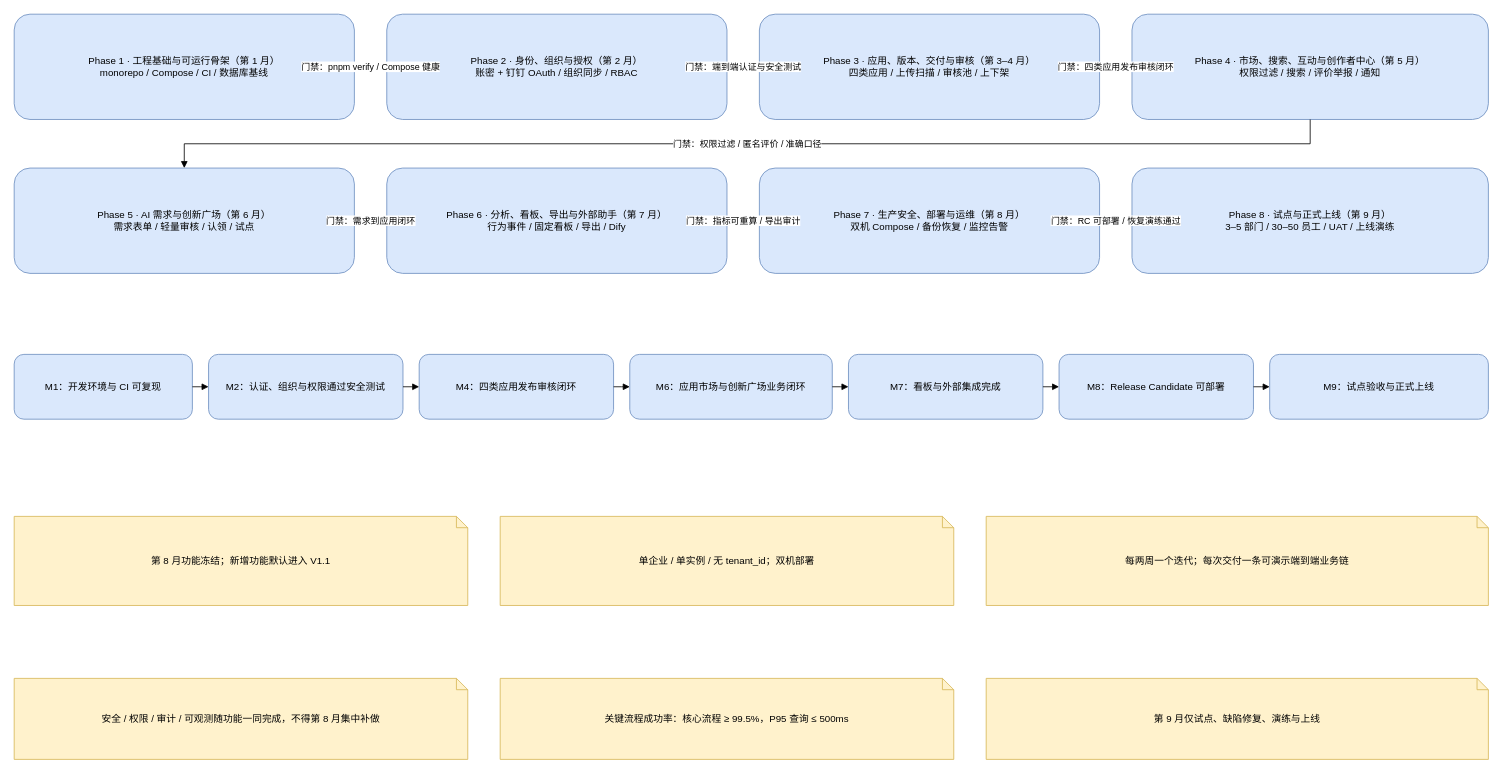
This is docs/flowchart/07-v1-roadmap.drawio from lzc452/AI-HUB-PLATFORM, a draw.io file, before an edit. Source tidied: cells renumbered, new cells numbered last; positions are measured from the earlier drawing's top-left corner, leaving out a move shared by most shapes. Both pictures are drawn from the tidied source at 81%, with x=0, y=0 at pixel (14, 14).
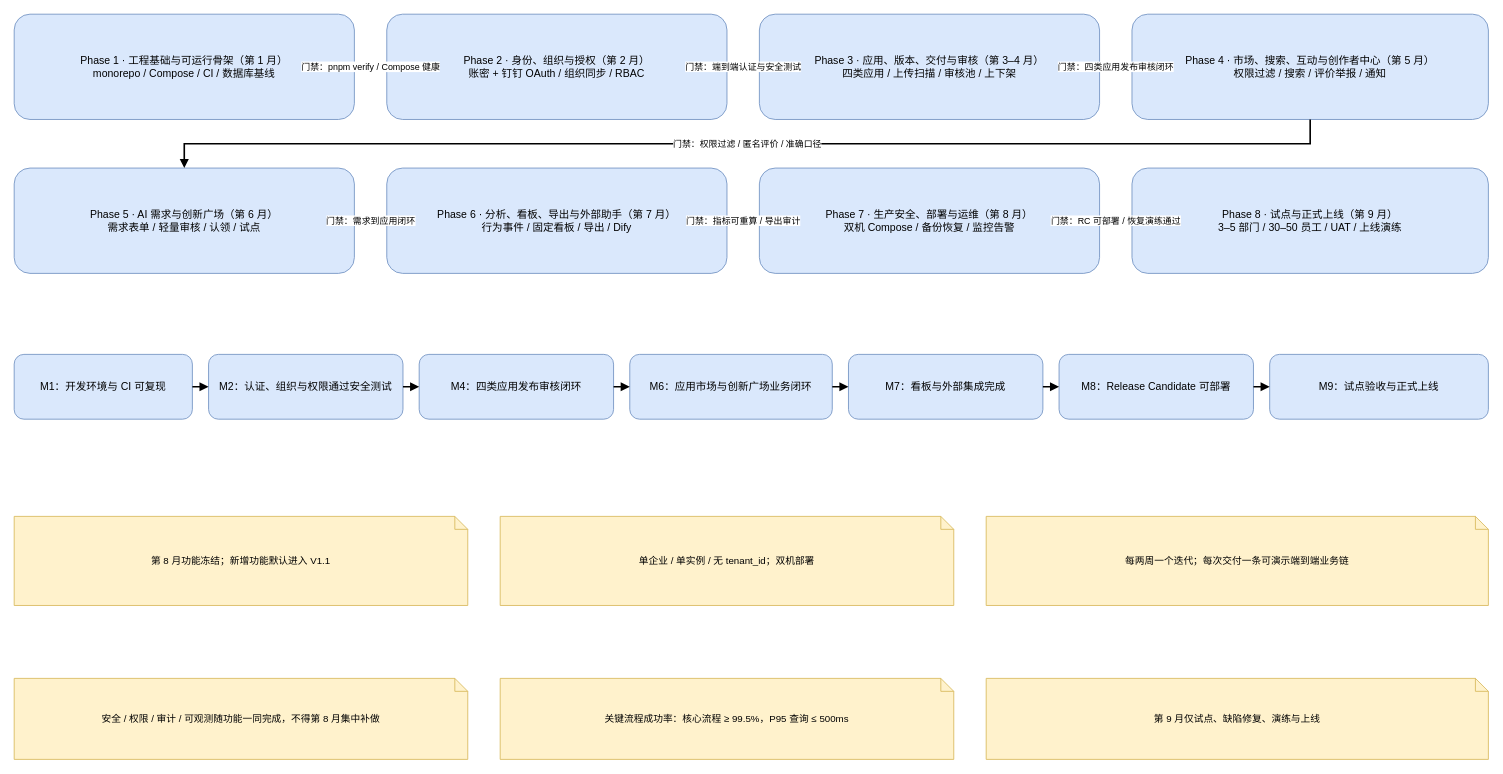
After the change.

Diff of the diagram source:
```diff
@@
-    <mxCell id="2" value="Phase 1 · 工程基础与可运行骨架（第 1 月）&#10;monorepo / Compose / CI / 数据库基线" style="rounded=1;whiteSpace=wrap;html=1;fillColor=#dae8fc;strokeColor=#6c8ebf;fontFamily=Microsoft YaHei;" parent="1" vertex="1">
+    <mxCell id="2" value="Phase 1 · 工程基础与可运行骨架（第 1 月）&#10;monorepo / Compose / CI / 数据库基线" style="rounded=1;whiteSpace=wrap;html=1;fillColor=#dae8fc;strokeColor=#6c8ebf;fontFamily=Microsoft YaHei;fontSize=13;verticalAlign=middle;" parent="1" vertex="1">
       <mxGeometry width="420" height="130" as="geometry" />
     </mxCell>
-    <mxCell id="3" value="Phase 2 · 身份、组织与授权（第 2 月）&#10;账密 + 钉钉 OAuth / 组织同步 / RBAC" style="rounded=1;whiteSpace=wrap;html=1;fillColor=#dae8fc;strokeColor=#6c8ebf;fontFamily=Microsoft YaHei;" parent="1" vertex="1">
+    <mxCell id="3" value="Phase 2 · 身份、组织与授权（第 2 月）&#10;账密 + 钉钉 OAuth / 组织同步 / RBAC" style="rounded=1;whiteSpace=wrap;html=1;fillColor=#dae8fc;strokeColor=#6c8ebf;fontFamily=Microsoft YaHei;fontSize=13;verticalAlign=middle;" parent="1" vertex="1">
       <mxGeometry x="460" width="420" height="130" as="geometry" />
     </mxCell>
-    <mxCell id="4" value="Phase 3 · 应用、版本、交付与审核（第 3–4 月）&#10;四类应用 / 上传扫描 / 审核池 / 上下架" style="rounded=1;whiteSpace=wrap;html=1;fillColor=#dae8fc;strokeColor=#6c8ebf;fontFamily=Microsoft YaHei;" parent="1" vertex="1">
+    <mxCell id="4" value="Phase 3 · 应用、版本、交付与审核（第 3–4 月）&#10;四类应用 / 上传扫描 / 审核池 / 上下架" style="rounded=1;whiteSpace=wrap;html=1;fillColor=#dae8fc;strokeColor=#6c8ebf;fontFamily=Microsoft YaHei;fontSize=13;verticalAlign=middle;" parent="1" vertex="1">
       <mxGeometry x="920" width="420" height="130" as="geometry" />
     </mxCell>
-    <mxCell id="5" value="Phase 4 · 市场、搜索、互动与创作者中心（第 5 月）&#10;权限过滤 / 搜索 / 评价举报 / 通知" style="rounded=1;whiteSpace=wrap;html=1;fillColor=#dae8fc;strokeColor=#6c8ebf;fontFamily=Microsoft YaHei;" parent="1" vertex="1">
+    <mxCell id="5" value="Phase 4 · 市场、搜索、互动与创作者中心（第 5 月）&#10;权限过滤 / 搜索 / 评价举报 / 通知" style="rounded=1;whiteSpace=wrap;html=1;fillColor=#dae8fc;strokeColor=#6c8ebf;fontFamily=Microsoft YaHei;fontSize=13;verticalAlign=middle;" parent="1" vertex="1">
       <mxGeometry x="1380" width="440" height="130" as="geometry" />
     </mxCell>
-    <mxCell id="6" value="Phase 5 · AI 需求与创新广场（第 6 月）&#10;需求表单 / 轻量审核 / 认领 / 试点" style="rounded=1;whiteSpace=wrap;html=1;fillColor=#dae8fc;strokeColor=#6c8ebf;fontFamily=Microsoft YaHei;" parent="1" vertex="1">
+    <mxCell id="6" value="Phase 5 · AI 需求与创新广场（第 6 月）&#10;需求表单 / 轻量审核 / 认领 / 试点" style="rounded=1;whiteSpace=wrap;html=1;fillColor=#dae8fc;strokeColor=#6c8ebf;fontFamily=Microsoft YaHei;fontSize=13;verticalAlign=middle;" parent="1" vertex="1">
       <mxGeometry y="190" width="420" height="130" as="geometry" />
     </mxCell>
-    <mxCell id="7" value="Phase 6 · 分析、看板、导出与外部助手（第 7 月）&#10;行为事件 / 固定看板 / 导出 / Dify" style="rounded=1;whiteSpace=wrap;html=1;fillColor=#dae8fc;strokeColor=#6c8ebf;fontFamily=Microsoft YaHei;" parent="1" vertex="1">
+    <mxCell id="7" value="Phase 6 · 分析、看板、导出与外部助手（第 7 月）&#10;行为事件 / 固定看板 / 导出 / Dify" style="rounded=1;whiteSpace=wrap;html=1;fillColor=#dae8fc;strokeColor=#6c8ebf;fontFamily=Microsoft YaHei;fontSize=13;verticalAlign=middle;" parent="1" vertex="1">
       <mxGeometry x="460" y="190" width="420" height="130" as="geometry" />
     </mxCell>
-    <mxCell id="8" value="Phase 7 · 生产安全、部署与运维（第 8 月）&#10;双机 Compose / 备份恢复 / 监控告警" style="rounded=1;whiteSpace=wrap;html=1;fillColor=#dae8fc;strokeColor=#6c8ebf;fontFamily=Microsoft YaHei;" parent="1" vertex="1">
+    <mxCell id="8" value="Phase 7 · 生产安全、部署与运维（第 8 月）&#10;双机 Compose / 备份恢复 / 监控告警" style="rounded=1;whiteSpace=wrap;html=1;fillColor=#dae8fc;strokeColor=#6c8ebf;fontFamily=Microsoft YaHei;fontSize=13;verticalAlign=middle;" parent="1" vertex="1">
       <mxGeometry x="920" y="190" width="420" height="130" as="geometry" />
     </mxCell>
-    <mxCell id="9" value="Phase 8 · 试点与正式上线（第 9 月）&#10;3–5 部门 / 30–50 员工 / UAT / 上线演练" style="rounded=1;whiteSpace=wrap;html=1;fillColor=#dae8fc;strokeColor=#6c8ebf;fontFamily=Microsoft YaHei;" parent="1" vertex="1">
+    <mxCell id="9" value="Phase 8 · 试点与正式上线（第 9 月）&#10;3–5 部门 / 30–50 员工 / UAT / 上线演练" style="rounded=1;whiteSpace=wrap;html=1;fillColor=#dae8fc;strokeColor=#6c8ebf;fontFamily=Microsoft YaHei;fontSize=13;verticalAlign=middle;" parent="1" vertex="1">
       <mxGeometry x="1380" y="190" width="440" height="130" as="geometry" />
     </mxCell>
-    <mxCell id="10" value="M1：开发环境与 CI 可复现" style="rounded=1;whiteSpace=wrap;html=1;fillColor=#dae8fc;strokeColor=#6c8ebf;fontFamily=Microsoft YaHei;" parent="1" vertex="1">
+    <mxCell id="10" value="M1：开发环境与 CI 可复现" style="rounded=1;whiteSpace=wrap;html=1;fillColor=#dae8fc;strokeColor=#6c8ebf;fontFamily=Microsoft YaHei;fontSize=13;verticalAlign=middle;" parent="1" vertex="1">
       <mxGeometry y="420" width="220" height="80" as="geometry" />
     </mxCell>
-    <mxCell id="11" value="M2：认证、组织与权限通过安全测试" style="rounded=1;whiteSpace=wrap;html=1;fillColor=#dae8fc;strokeColor=#6c8ebf;fontFamily=Microsoft YaHei;" parent="1" vertex="1">
+    <mxCell id="11" value="M2：认证、组织与权限通过安全测试" style="rounded=1;whiteSpace=wrap;html=1;fillColor=#dae8fc;strokeColor=#6c8ebf;fontFamily=Microsoft YaHei;fontSize=13;verticalAlign=middle;" parent="1" vertex="1">
       <mxGeometry x="240" y="420" width="240" height="80" as="geometry" />
     </mxCell>
-    <mxCell id="12" value="M4：四类应用发布审核闭环" style="rounded=1;whiteSpace=wrap;html=1;fillColor=#dae8fc;strokeColor=#6c8ebf;fontFamily=Microsoft YaHei;" parent="1" vertex="1">
+    <mxCell id="12" value="M4：四类应用发布审核闭环" style="rounded=1;whiteSpace=wrap;html=1;fillColor=#dae8fc;strokeColor=#6c8ebf;fontFamily=Microsoft YaHei;fontSize=13;verticalAlign=middle;" parent="1" vertex="1">
       <mxGeometry x="500" y="420" width="240" height="80" as="geometry" />
     </mxCell>
-    <mxCell id="13" value="M6：应用市场与创新广场业务闭环" style="rounded=1;whiteSpace=wrap;html=1;fillColor=#dae8fc;strokeColor=#6c8ebf;fontFamily=Microsoft YaHei;" parent="1" vertex="1">
+    <mxCell id="13" value="M6：应用市场与创新广场业务闭环" style="rounded=1;whiteSpace=wrap;html=1;fillColor=#dae8fc;strokeColor=#6c8ebf;fontFamily=Microsoft YaHei;fontSize=13;verticalAlign=middle;" parent="1" vertex="1">
       <mxGeometry x="760" y="420" width="250" height="80" as="geometry" />
     </mxCell>
-    <mxCell id="14" value="M7：看板与外部集成完成" style="rounded=1;whiteSpace=wrap;html=1;fillColor=#dae8fc;strokeColor=#6c8ebf;fontFamily=Microsoft YaHei;" parent="1" vertex="1">
+    <mxCell id="14" value="M7：看板与外部集成完成" style="rounded=1;whiteSpace=wrap;html=1;fillColor=#dae8fc;strokeColor=#6c8ebf;fontFamily=Microsoft YaHei;fontSize=13;verticalAlign=middle;" parent="1" vertex="1">
       <mxGeometry x="1030" y="420" width="240" height="80" as="geometry" />
     </mxCell>
-    <mxCell id="15" value="M8：Release Candidate 可部署" style="rounded=1;whiteSpace=wrap;html=1;fillColor=#dae8fc;strokeColor=#6c8ebf;fontFamily=Microsoft YaHei;" parent="1" vertex="1">
+    <mxCell id="15" value="M8：Release Candidate 可部署" style="rounded=1;whiteSpace=wrap;html=1;fillColor=#dae8fc;strokeColor=#6c8ebf;fontFamily=Microsoft YaHei;fontSize=13;verticalAlign=middle;" parent="1" vertex="1">
       <mxGeometry x="1290" y="420" width="240" height="80" as="geometry" />
     </mxCell>
-    <mxCell id="16" value="M9：试点验收与正式上线" style="rounded=1;whiteSpace=wrap;html=1;fillColor=#dae8fc;strokeColor=#6c8ebf;fontFamily=Microsoft YaHei;" parent="1" vertex="1">
+    <mxCell id="16" value="M9：试点验收与正式上线" style="rounded=1;whiteSpace=wrap;html=1;fillColor=#dae8fc;strokeColor=#6c8ebf;fontFamily=Microsoft YaHei;fontSize=13;verticalAlign=middle;" parent="1" vertex="1">
       <mxGeometry x="1550" y="420" width="270" height="80" as="geometry" />
     </mxCell>
-    <mxCell id="17" value="第 8 月功能冻结；新增功能默认进入 V1.1" style="shape=note;whiteSpace=wrap;html=1;backgroundOutline=1;size=14;fillColor=#fff2cc;strokeColor=#d6b656;fontFamily=Microsoft YaHei;" parent="1" vertex="1">
+    <mxCell id="17" value="第 8 月功能冻结；新增功能默认进入 V1.1" style="shape=note;whiteSpace=wrap;html=1;backgroundOutline=1;size=16;fillColor=#fff2cc;strokeColor=#d6b656;fontFamily=Microsoft YaHei;fontSize=12;verticalAlign=middle;" parent="1" vertex="1">
       <mxGeometry y="620" width="560" height="110" as="geometry" />
     </mxCell>
-    <mxCell id="18" value="单企业 / 单实例 / 无 tenant_id；双机部署" style="shape=note;whiteSpace=wrap;html=1;backgroundOutline=1;size=14;fillColor=#fff2cc;strokeColor=#d6b656;fontFamily=Microsoft YaHei;" parent="1" vertex="1">
+    <mxCell id="18" value="单企业 / 单实例 / 无 tenant_id；双机部署" style="shape=note;whiteSpace=wrap;html=1;backgroundOutline=1;size=16;fillColor=#fff2cc;strokeColor=#d6b656;fontFamily=Microsoft YaHei;fontSize=12;verticalAlign=middle;" parent="1" vertex="1">
       <mxGeometry x="600" y="620" width="560" height="110" as="geometry" />
     </mxCell>
-    <mxCell id="19" value="每两周一个迭代；每次交付一条可演示端到端业务链" style="shape=note;whiteSpace=wrap;html=1;backgroundOutline=1;size=14;fillColor=#fff2cc;strokeColor=#d6b656;fontFamily=Microsoft YaHei;" parent="1" vertex="1">
+    <mxCell id="19" value="每两周一个迭代；每次交付一条可演示端到端业务链" style="shape=note;whiteSpace=wrap;html=1;backgroundOutline=1;size=16;fillColor=#fff2cc;strokeColor=#d6b656;fontFamily=Microsoft YaHei;fontSize=12;verticalAlign=middle;" parent="1" vertex="1">
       <mxGeometry x="1200" y="620" width="620" height="110" as="geometry" />
     </mxCell>
-    <mxCell id="20" value="安全 / 权限 / 审计 / 可观测随功能一同完成，不得第 8 月集中补做" style="shape=note;whiteSpace=wrap;html=1;backgroundOutline=1;size=14;fillColor=#fff2cc;strokeColor=#d6b656;fontFamily=Microsoft YaHei;" parent="1" vertex="1">
+    <mxCell id="20" value="安全 / 权限 / 审计 / 可观测随功能一同完成，不得第 8 月集中补做" style="shape=note;whiteSpace=wrap;html=1;backgroundOutline=1;size=16;fillColor=#fff2cc;strokeColor=#d6b656;fontFamily=Microsoft YaHei;fontSize=12;verticalAlign=middle;" parent="1" vertex="1">
       <mxGeometry y="820" width="560" height="100" as="geometry" />
     </mxCell>
-    <mxCell id="21" value="关键流程成功率：核心流程 ≥ 99.5%，P95 查询 ≤ 500ms" style="shape=note;whiteSpace=wrap;html=1;backgroundOutline=1;size=14;fillColor=#fff2cc;strokeColor=#d6b656;fontFamily=Microsoft YaHei;" parent="1" vertex="1">
+    <mxCell id="21" value="关键流程成功率：核心流程 ≥ 99.5%，P95 查询 ≤ 500ms" style="shape=note;whiteSpace=wrap;html=1;backgroundOutline=1;size=16;fillColor=#fff2cc;strokeColor=#d6b656;fontFamily=Microsoft YaHei;fontSize=12;verticalAlign=middle;" parent="1" vertex="1">
       <mxGeometry x="600" y="820" width="560" height="100" as="geometry" />
     </mxCell>
-    <mxCell id="22" value="第 9 月仅试点、缺陷修复、演练与上线" style="shape=note;whiteSpace=wrap;html=1;backgroundOutline=1;size=14;fillColor=#fff2cc;strokeColor=#d6b656;fontFamily=Microsoft YaHei;" parent="1" vertex="1">
+    <mxCell id="22" value="第 9 月仅试点、缺陷修复、演练与上线" style="shape=note;whiteSpace=wrap;html=1;backgroundOutline=1;size=16;fillColor=#fff2cc;strokeColor=#d6b656;fontFamily=Microsoft YaHei;fontSize=12;verticalAlign=middle;" parent="1" vertex="1">
       <mxGeometry x="1200" y="820" width="620" height="100" as="geometry" />
     </mxCell>
-    <mxCell id="23" value="门禁：pnpm verify / Compose 健康" style="edgeStyle=orthogonalEdgeStyle;rounded=0;jettySize=auto;html=1;endArrow=block;exitX=1;exitY=0.5;entryX=0;entryY=0.5;fontSize=11;labelBackgroundColor=#ffffff;" parent="1" edge="1" source="2" target="3">
+    <mxCell id="23" value="门禁：pnpm verify / Compose 健康" style="edgeStyle=orthogonalEdgeStyle;rounded=0;jettySize=auto;html=1;endArrow=block;strokeWidth=2;exitX=1;exitY=0.5;entryX=0;entryY=0.5;fontSize=11;labelBackgroundColor=#ffffff;" parent="1" edge="1" source="2" target="3">
       <mxGeometry relative="1" as="geometry">
         <Array as="points">
           <mxPoint x="440" y="65" />
           <mxPoint x="440" y="65" />
         </Array>
       </mxGeometry>
     </mxCell>
-    <mxCell id="24" value="门禁：端到端认证与安全测试" style="edgeStyle=orthogonalEdgeStyle;rounded=0;jettySize=auto;html=1;endArrow=block;exitX=1;exitY=0.5;entryX=0;entryY=0.5;fontSize=11;labelBackgroundColor=#ffffff;" parent="1" edge="1" source="3" target="4">
+    <mxCell id="24" value="门禁：端到端认证与安全测试" style="edgeStyle=orthogonalEdgeStyle;rounded=0;jettySize=auto;html=1;endArrow=block;strokeWidth=2;exitX=1;exitY=0.5;entryX=0;entryY=0.5;fontSize=11;labelBackgroundColor=#ffffff;" parent="1" edge="1" source="3" target="4">
       <mxGeometry relative="1" as="geometry">
         <Array as="points">
           <mxPoint x="900" y="65" />
           <mxPoint x="900" y="65" />
         </Array>
       </mxGeometry>
     </mxCell>
-    <mxCell id="25" value="门禁：四类应用发布审核闭环" style="edgeStyle=orthogonalEdgeStyle;rounded=0;jettySize=auto;html=1;endArrow=block;exitX=1;exitY=0.5;entryX=0;entryY=0.5;fontSize=11;labelBackgroundColor=#ffffff;" parent="1" edge="1" source="4" target="5">
+    <mxCell id="25" value="门禁：四类应用发布审核闭环" style="edgeStyle=orthogonalEdgeStyle;rounded=0;jettySize=auto;html=1;endArrow=block;strokeWidth=2;exitX=1;exitY=0.5;entryX=0;entryY=0.5;fontSize=11;labelBackgroundColor=#ffffff;" parent="1" edge="1" source="4" target="5">
       <mxGeometry relative="1" as="geometry">
         <Array as="points">
           <mxPoint x="1360" y="65" />
           <mxPoint x="1360" y="65" />
         </Array>
       </mxGeometry>
     </mxCell>
-    <mxCell id="26" value="门禁：权限过滤 / 匿名评价 / 准确口径" style="edgeStyle=orthogonalEdgeStyle;rounded=0;jettySize=auto;html=1;endArrow=block;exitX=0.5;exitY=1;entryX=0.5;entryY=0;fontSize=11;labelBackgroundColor=#ffffff;" parent="1" edge="1" source="5" target="6">
+    <mxCell id="26" value="门禁：权限过滤 / 匿名评价 / 准确口径" style="edgeStyle=orthogonalEdgeStyle;rounded=0;jettySize=auto;html=1;endArrow=block;strokeWidth=2;exitX=0.5;exitY=1;entryX=0.5;entryY=0;fontSize=11;labelBackgroundColor=#ffffff;" parent="1" edge="1" source="5" target="6">
       <mxGeometry relative="1" as="geometry">
         <Array as="points">
           <mxPoint x="1600" y="130" />
           <mxPoint x="1600" y="160" />
           <mxPoint x="210" y="160" />
           <mxPoint x="210" y="190" />
         </Array>
       </mxGeometry>
     </mxCell>
-    <mxCell id="27" value="门禁：需求到应用闭环" style="edgeStyle=orthogonalEdgeStyle;rounded=0;jettySize=auto;html=1;endArrow=block;exitX=1;exitY=0.5;entryX=0;entryY=0.5;fontSize=11;labelBackgroundColor=#ffffff;" parent="1" edge="1" source="6" target="7">
+    <mxCell id="27" value="门禁：需求到应用闭环" style="edgeStyle=orthogonalEdgeStyle;rounded=0;jettySize=auto;html=1;endArrow=block;strokeWidth=2;exitX=1;exitY=0.5;entryX=0;entryY=0.5;fontSize=11;labelBackgroundColor=#ffffff;" parent="1" edge="1" source="6" target="7">
       <mxGeometry relative="1" as="geometry">
         <Array as="points">
           <mxPoint x="440" y="255" />
           <mxPoint x="440" y="255" />
         </Array>
       </mxGeometry>
     </mxCell>
-    <mxCell id="28" value="门禁：指标可重算 / 导出审计" style="edgeStyle=orthogonalEdgeStyle;rounded=0;jettySize=auto;html=1;endArrow=block;exitX=1;exitY=0.5;entryX=0;entryY=0.5;fontSize=11;labelBackgroundColor=#ffffff;" parent="1" edge="1" source="7" target="8">
+    <mxCell id="28" value="门禁：指标可重算 / 导出审计" style="edgeStyle=orthogonalEdgeStyle;rounded=0;jettySize=auto;html=1;endArrow=block;strokeWidth=2;exitX=1;exitY=0.5;entryX=0;entryY=0.5;fontSize=11;labelBackgroundColor=#ffffff;" parent="1" edge="1" source="7" target="8">
       <mxGeometry relative="1" as="geometry">
         <Array as="points">
           <mxPoint x="900" y="255" />
           <mxPoint x="900" y="255" />
         </Array>
       </mxGeometry>
     </mxCell>
-    <mxCell id="29" value="门禁：RC 可部署 / 恢复演练通过" style="edgeStyle=orthogonalEdgeStyle;rounded=0;jettySize=auto;html=1;endArrow=block;exitX=1;exitY=0.5;entryX=0;entryY=0.5;fontSize=11;labelBackgroundColor=#ffffff;" parent="1" edge="1" source="8" target="9">
+    <mxCell id="29" value="门禁：RC 可部署 / 恢复演练通过" style="edgeStyle=orthogonalEdgeStyle;rounded=0;jettySize=auto;html=1;endArrow=block;strokeWidth=2;exitX=1;exitY=0.5;entryX=0;entryY=0.5;fontSize=11;labelBackgroundColor=#ffffff;" parent="1" edge="1" source="8" target="9">
       <mxGeometry relative="1" as="geometry">
         <Array as="points">
           <mxPoint x="1360" y="255" />
           <mxPoint x="1360" y="255" />
         </Array>
       </mxGeometry>
     </mxCell>
-    <mxCell id="30" style="edgeStyle=orthogonalEdgeStyle;rounded=0;jettySize=auto;html=1;endArrow=block;exitX=1;exitY=0.5;entryX=0;entryY=0.5;" parent="1" edge="1" source="10" target="11">
+    <mxCell id="30" style="edgeStyle=orthogonalEdgeStyle;rounded=0;jettySize=auto;html=1;endArrow=block;strokeWidth=2;exitX=1;exitY=0.5;entryX=0;entryY=0.5;" parent="1" edge="1" source="10" target="11">
       <mxGeometry relative="1" as="geometry">
         <Array as="points">
           <mxPoint x="230" y="460" />
           <mxPoint x="230" y="460" />
         </Array>
       </mxGeometry>
     </mxCell>
-    <mxCell id="31" style="edgeStyle=orthogonalEdgeStyle;rounded=0;jettySize=auto;html=1;endArrow=block;exitX=1;exitY=0.5;entryX=0;entryY=0.5;" parent="1" edge="1" source="11" target="12">
+    <mxCell id="31" style="edgeStyle=orthogonalEdgeStyle;rounded=0;jettySize=auto;html=1;endArrow=block;strokeWidth=2;exitX=1;exitY=0.5;entryX=0;entryY=0.5;" parent="1" edge="1" source="11" target="12">
       <mxGeometry relative="1" as="geometry">
         <Array as="points">
           <mxPoint x="490" y="460" />
           <mxPoint x="490" y="460" />
         </Array>
       </mxGeometry>
     </mxCell>
-    <mxCell id="32" style="edgeStyle=orthogonalEdgeStyle;rounded=0;jettySize=auto;html=1;endArrow=block;exitX=1;exitY=0.5;entryX=0;entryY=0.5;" parent="1" edge="1" source="12" target="13">
+    <mxCell id="32" style="edgeStyle=orthogonalEdgeStyle;rounded=0;jettySize=auto;html=1;endArrow=block;strokeWidth=2;exitX=1;exitY=0.5;entryX=0;entryY=0.5;" parent="1" edge="1" source="12" target="13">
       <mxGeometry relative="1" as="geometry">
         <Array as="points">
           <mxPoint x="750" y="460" />
           <mxPoint x="750" y="460" />
         </Array>
       </mxGeometry>
     </mxCell>
-    <mxCell id="33" style="edgeStyle=orthogonalEdgeStyle;rounded=0;jettySize=auto;html=1;endArrow=block;exitX=1;exitY=0.5;entryX=0;entryY=0.5;" parent="1" edge="1" source="13" target="14">
+    <mxCell id="33" style="edgeStyle=orthogonalEdgeStyle;rounded=0;jettySize=auto;html=1;endArrow=block;strokeWidth=2;exitX=1;exitY=0.5;entryX=0;entryY=0.5;" parent="1" edge="1" source="13" target="14">
       <mxGeometry relative="1" as="geometry">
         <Array as="points">
           <mxPoint x="1020" y="460" />
           <mxPoint x="1020" y="460" />
         </Array>
       </mxGeometry>
     </mxCell>
-    <mxCell id="34" style="edgeStyle=orthogonalEdgeStyle;rounded=0;jettySize=auto;html=1;endArrow=block;exitX=1;exitY=0.5;entryX=0;entryY=0.5;" parent="1" edge="1" source="14" target="15">
+    <mxCell id="34" style="edgeStyle=orthogonalEdgeStyle;rounded=0;jettySize=auto;html=1;endArrow=block;strokeWidth=2;exitX=1;exitY=0.5;entryX=0;entryY=0.5;" parent="1" edge="1" source="14" target="15">
       <mxGeometry relative="1" as="geometry">
         <Array as="points">
           <mxPoint x="1280" y="460" />
           <mxPoint x="1280" y="460" />
         </Array>
       </mxGeometry>
     </mxCell>
-    <mxCell id="35" style="edgeStyle=orthogonalEdgeStyle;rounded=0;jettySize=auto;html=1;endArrow=block;exitX=1;exitY=0.5;entryX=0;entryY=0.5;" parent="1" edge="1" source="15" target="16">
+    <mxCell id="35" style="edgeStyle=orthogonalEdgeStyle;rounded=0;jettySize=auto;html=1;endArrow=block;strokeWidth=2;exitX=1;exitY=0.5;entryX=0;entryY=0.5;" parent="1" edge="1" source="15" target="16">
       <mxGeometry relative="1" as="geometry">
         <Array as="points">
           <mxPoint x="1540" y="460" />
           <mxPoint x="1540" y="460" />
         </Array>
       </mxGeometry>
     </mxCell>
```
